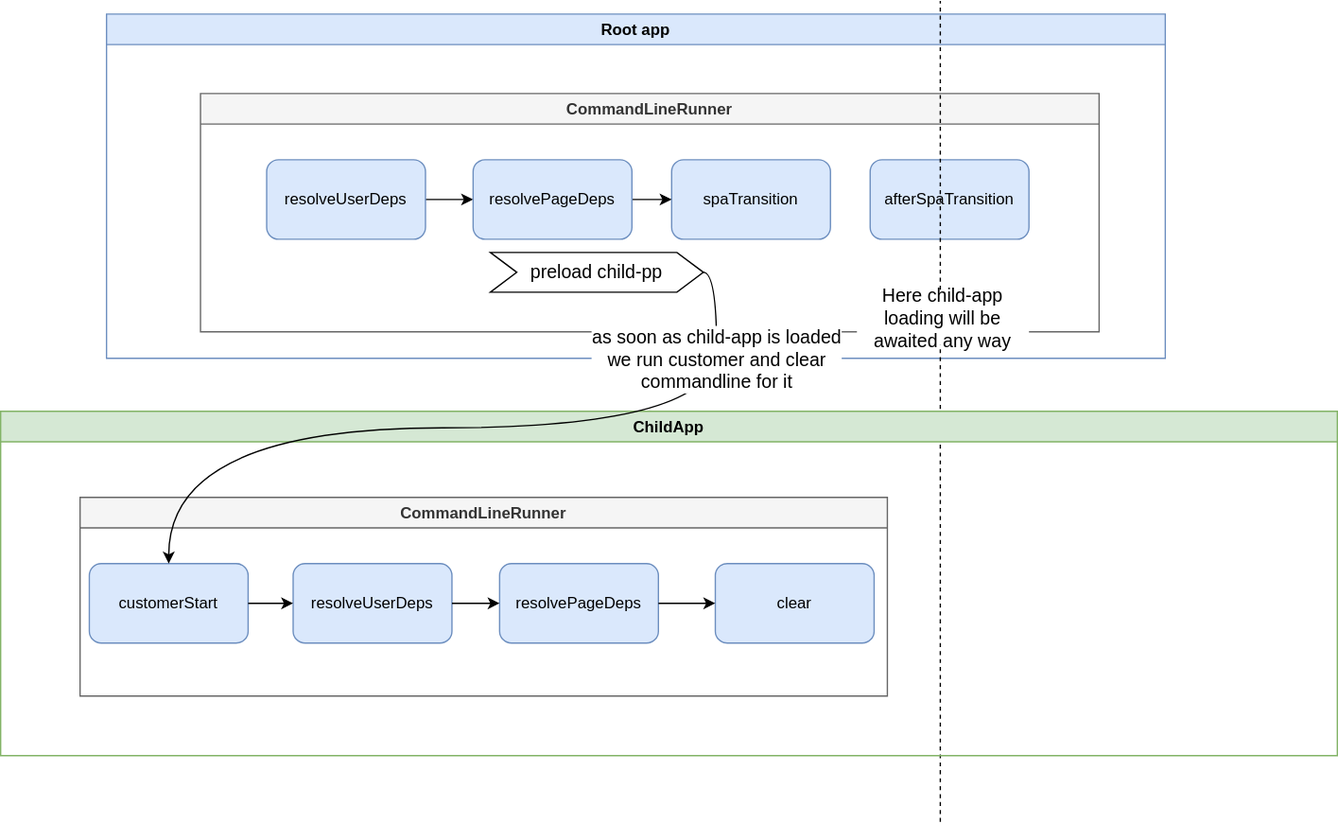
Before: tools/docSite/static/img/child-app/command-line-runner-spa-not-loaded.drawio.svg, a diagram exported from draw.io (tramvaijs/tramvai). Source tidied: cells renumbered, new cells last; positions are measured from the earlier drawing's top-left corner, leaving out a move shared by most shapes.
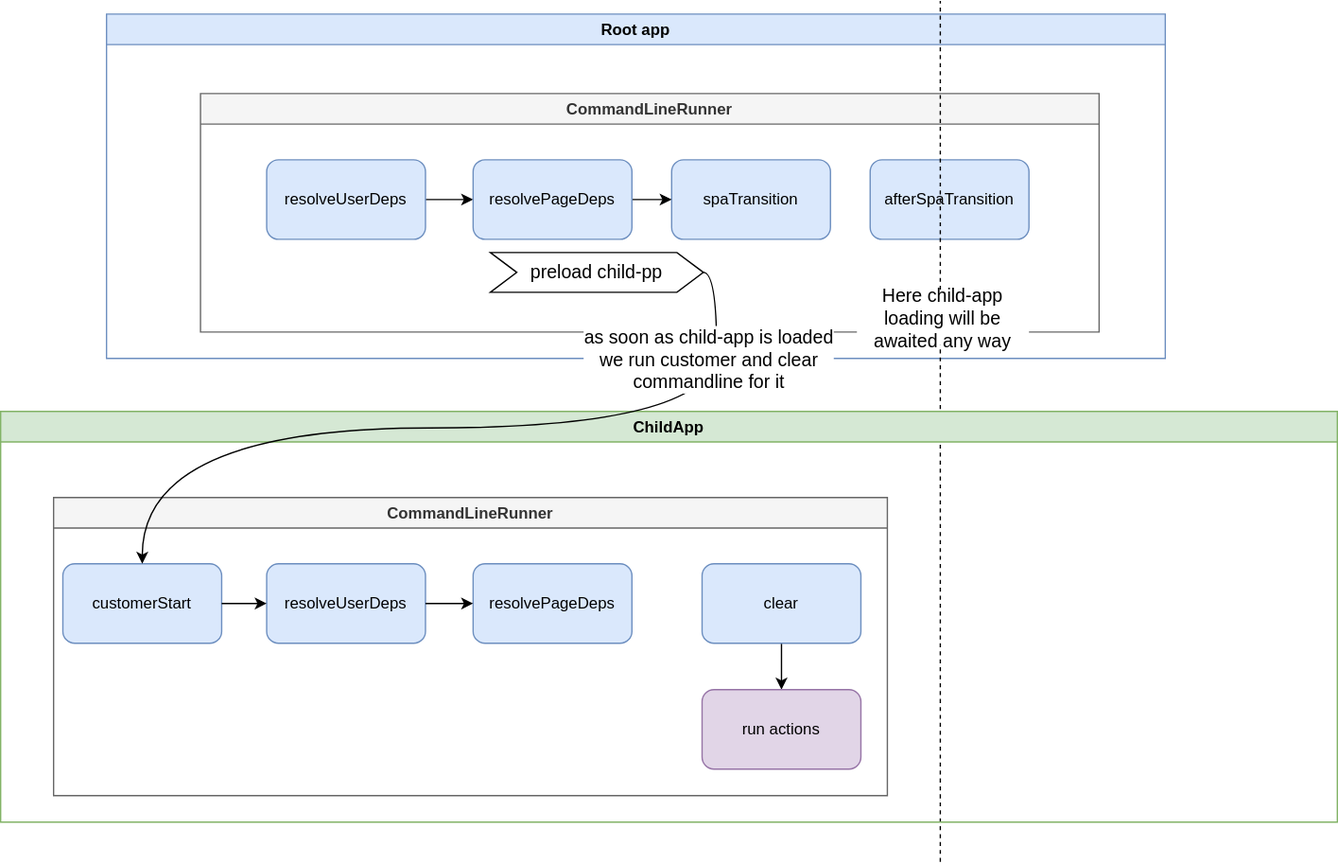
Above is the later version.

Change to the diagram source:
```diff
@@ -31,7 +31,7 @@
     </mxCell>
     <mxCell id="11" style="endArrow=none;dashed=1;html=1;fontSize=14;curved=1;" parent="3" edge="1">
       <mxGeometry relative="1" as="geometry">
-        <mxPoint x="559" y="550" as="sourcePoint" />
+        <mxPoint x="559" y="580" as="sourcePoint" />
         <mxPoint x="559" y="-70" as="targetPoint" />
       </mxGeometry>
     </mxCell>
@@ -39,10 +39,10 @@
       <mxGeometry x="496" y="150" width="130" height="40" as="geometry" />
     </mxCell>
     <mxCell id="13" value="ChildApp" style="swimlane;fillColor=#d5e8d4;strokeColor=#82b366;startSize=23;" parent="1" vertex="1">
-      <mxGeometry y="310" width="1010" height="260" as="geometry" />
+      <mxGeometry y="310" width="1010" height="310" as="geometry" />
     </mxCell>
     <mxCell id="14" value="CommandLineRunner" style="swimlane;fillColor=#f5f5f5;strokeColor=#666666;fontColor=#333333;" parent="13" vertex="1">
-      <mxGeometry x="60" y="65" width="610" height="150" as="geometry" />
+      <mxGeometry x="40" y="65" width="630" height="225" as="geometry" />
     </mxCell>
     <mxCell id="15" value="customerStart" style="rounded=1;whiteSpace=wrap;html=1;fillColor=#dae8fc;strokeColor=#6c8ebf;" parent="14" vertex="1">
       <mxGeometry x="7" y="50" width="120" height="60" as="geometry" />
@@ -59,12 +59,15 @@
     <mxCell id="19" style="edgeStyle=orthogonalEdgeStyle;rounded=0;jettySize=auto;html=1;exitX=1;exitY=0.5;exitDx=0;exitDy=0;entryX=0;entryY=0.5;entryDx=0;entryDy=0;" parent="14" edge="1" source="16" target="18">
       <mxGeometry relative="1" as="geometry" />
     </mxCell>
+    <mxCell id="24" style="edgeStyle=none;html=1;" parent="14" edge="1" source="20" target="25">
+      <mxGeometry relative="1" as="geometry" />
+    </mxCell>
     <mxCell id="20" value="clear" style="rounded=1;whiteSpace=wrap;html=1;fillColor=#dae8fc;strokeColor=#6c8ebf;" parent="14" vertex="1">
-      <mxGeometry x="480" y="50" width="120" height="60" as="geometry" />
+      <mxGeometry x="490" y="50" width="120" height="60" as="geometry" />
     </mxCell>
-    <mxCell id="21" style="edgeStyle=none;html=1;exitX=1;exitY=0.5;exitDx=0;exitDy=0;entryX=0;entryY=0.5;entryDx=0;entryDy=0;" parent="14" edge="1" source="18" target="20">
-      <mxGeometry relative="1" as="geometry" />
-    </mxCell>
+    <mxCell id="25" value="run actions" style="rounded=1;whiteSpace=wrap;html=1;shadow=0;glass=0;labelBackgroundColor=none;fillColor=#e1d5e7;strokeColor=#9673a6;" parent="14" vertex="1">
+      <mxGeometry x="490" y="145" width="120" height="60" as="geometry" />
+    </mxCell>
     <mxCell id="22" style="edgeStyle=orthogonalEdgeStyle;html=1;exitX=1;exitY=0.5;exitDx=0;exitDy=0;entryX=0.5;entryY=0;entryDx=0;entryDy=0;fontSize=14;curved=1;" parent="1" edge="1" source="10" target="15">
       <mxGeometry relative="1" as="geometry" />
     </mxCell>
```
